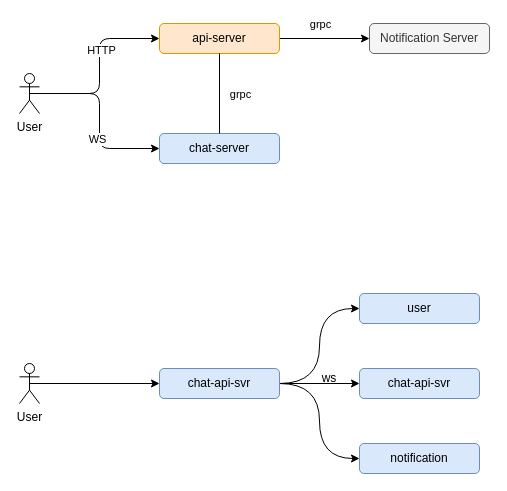
Above: page "server-protocol" (5 of 5) of docs/chat.drawio in caijiatao/go-lib (draw.io), before the change. Source tidied: cells renumbered, new cells numbered last; positions are measured from the earlier drawing's top-left corner, leaving out a move shared by most shapes. Both pictures are drawn from the tidied source at 100%, with x=0, y=0 at pixel (19, 23).
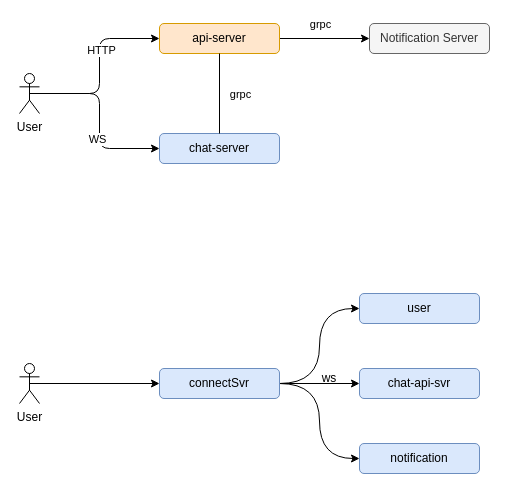
The same diagram, later.

Diff of the diagram source:
```diff
@@
-    <mxCell id="20" value="chat-api-svr" style="rounded=1;whiteSpace=wrap;html=1;fillColor=#dae8fc;strokeColor=#6c8ebf;" parent="1" vertex="1">
+    <mxCell id="20" value="connectSvr" style="rounded=1;whiteSpace=wrap;html=1;fillColor=#dae8fc;strokeColor=#6c8ebf;" parent="1" vertex="1">
       <mxGeometry x="140" y="345" width="120" height="30" as="geometry" />
     </mxCell>
```
